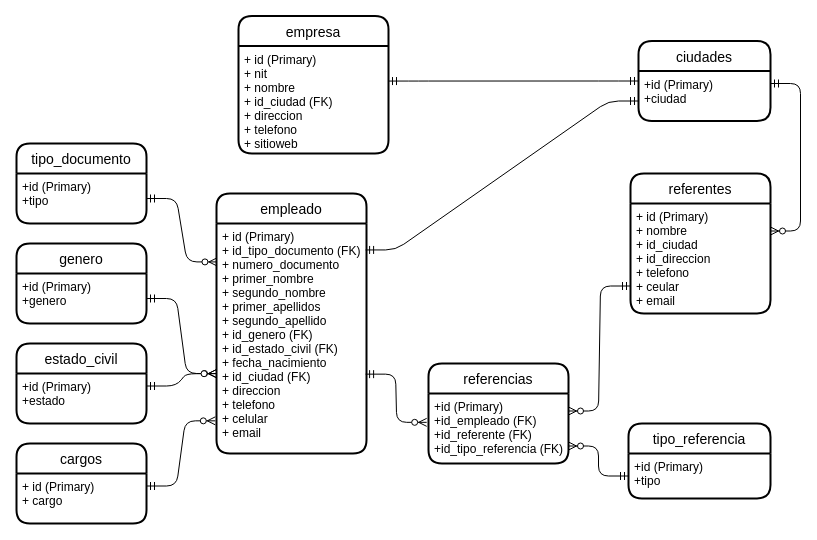
Before: Graficos/DiseñoRelacional.drawio in shaten10/hdv, a draw.io diagram. Source tidied: cells renumbered, new cells numbered last; positions are measured from the earlier drawing's top-left corner, leaving out a move shared by most shapes. Both pictures are drawn from the tidied source at 100%, with x=0, y=0 at pixel (16, 15).
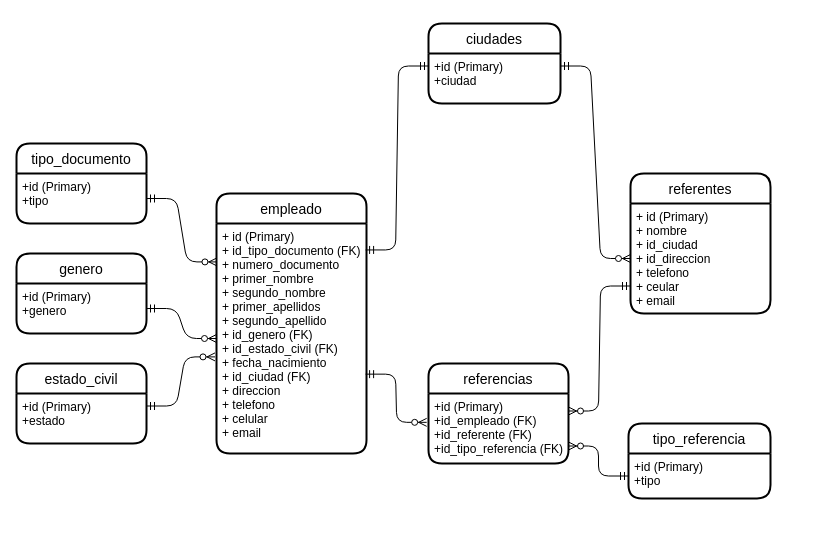
The same page after the edit.

Commit message (it also covers changes not shown here):
inicio base de datos

Unchanged cells that the change refers to:
```xml
<mxCell id="3" value="+ id (Primary)&#10;+ id_tipo_documento (FK)&#10;+ numero_documento&#10;+ primer_nombre&#10;+ segundo_nombre&#10;+ primer_apellidos&#10;+ segundo_apellido&#10;+ id_genero (FK)&#10;+ id_estado_civil (FK)&#10;+ fecha_nacimiento&#10;+ id_ciudad (FK)&#10;+ direccion&#10;+ telefono&#10;+ celular&#10;+ email&#10;" style="align=left;strokeColor=none;fillColor=none;spacingLeft=4;fontSize=12;verticalAlign=top;" parent="2" vertex="1">
  <mxGeometry y="30" width="150" height="230" as="geometry" />
</mxCell>
<mxCell id="5" value="+ id (Primary)&#10;+ nombre&#10;+ id_ciudad&#10;+ id_direccion&#10;+ telefono&#10;+ ceular&#10;+ email" style="align=left;strokeColor=none;fillColor=none;spacingLeft=4;fontSize=12;verticalAlign=top;" parent="4" vertex="1">
  <mxGeometry y="30" width="140" height="110" as="geometry" />
</mxCell>
<mxCell id="14" value="+id (Primary)&#10;+ciudad" style="align=left;strokeColor=none;fillColor=none;spacingLeft=4;fontSize=12;verticalAlign=top;" parent="13" vertex="1">
  <mxGeometry y="30" width="132" height="50" as="geometry" />
</mxCell>
<mxCell id="16" value="+id (Primary)&#10;+estado" style="align=left;strokeColor=none;fillColor=none;spacingLeft=4;fontSize=12;verticalAlign=top;" parent="15" vertex="1">
  <mxGeometry y="30" width="130" height="50" as="geometry" />
</mxCell>
<mxCell id="18" value="+id (Primary)&#10;+genero" style="align=left;strokeColor=none;fillColor=none;spacingLeft=4;fontSize=12;verticalAlign=top;" parent="17" vertex="1">
  <mxGeometry y="30" width="130" height="50" as="geometry" />
</mxCell>
```

Change to the diagram source:
```diff
@@
     <mxCell id="13" value="ciudades" style="swimlane;horizontal=1;startSize=30;rounded=1;fontSize=14;fontStyle=0;strokeWidth=2;shadow=0;dashed=0;align=center;" parent="1" vertex="1">
-      <mxGeometry x="622" y="25.5" width="132" height="80" as="geometry" />
+      <mxGeometry x="412" y="8" width="132" height="80" as="geometry" />
     </mxCell>
@@
     <mxCell id="15" value="estado_civil" style="swimlane;horizontal=1;startSize=30;rounded=1;fontSize=14;fontStyle=0;strokeWidth=2;shadow=0;dashed=0;align=center;" parent="1" vertex="1">
-      <mxGeometry y="328" width="130" height="80" as="geometry" />
+      <mxGeometry y="348" width="130" height="80" as="geometry" />
     </mxCell>
@@
     <mxCell id="17" value="genero" style="swimlane;horizontal=1;startSize=30;rounded=1;fontSize=14;fontStyle=0;strokeWidth=2;shadow=0;dashed=0;align=center;" parent="1" vertex="1">
-      <mxGeometry y="228" width="130" height="80" as="geometry" />
+      <mxGeometry y="238" width="130" height="80" as="geometry" />
     </mxCell>
@@
-    <mxCell id="19" value="empresa" style="swimlane;horizontal=1;startSize=30;rounded=1;fontSize=14;fontStyle=0;strokeWidth=2;shadow=0;dashed=0;align=center;" parent="1" vertex="1">
-      <mxGeometry x="222" y="0.5" width="150" height="137.5" as="geometry" />
-    </mxCell>
-    <mxCell id="20" value="+ id (Primary)&#10;+ nit&#10;+ nombre&#10;+ id_ciudad (FK)&#10;+ direccion&#10;+ telefono&#10;+ sitioweb " style="align=left;strokeColor=none;fillColor=none;spacingLeft=4;fontSize=12;verticalAlign=top;" parent="19" vertex="1">
-      <mxGeometry y="30" width="150" height="107.5" as="geometry" />
-    </mxCell>
@@
-    <mxCell id="22" style="edgeStyle=entityRelationEdgeStyle;fontSize=12;html=1;endArrow=ERmandOne;startArrow=ERmandOne;exitX=0.994;exitY=0.115;exitDx=0;exitDy=0;exitPerimeter=0;entryX=0;entryY=0.75;entryDx=0;entryDy=0;" parent="1" edge="1" source="3" target="13">
+    <mxCell id="22" style="edgeStyle=entityRelationEdgeStyle;fontSize=12;html=1;endArrow=ERmandOne;startArrow=ERmandOne;exitX=0.994;exitY=0.115;exitDx=0;exitDy=0;exitPerimeter=0;entryX=0;entryY=0.25;entryDx=0;entryDy=0;" parent="1" edge="1" source="3" target="14">
       <mxGeometry relative="1" as="geometry" />
     </mxCell>
@@
-    <mxCell id="24" style="edgeStyle=entityRelationEdgeStyle;fontSize=12;html=1;endArrow=ERzeroToMany;startArrow=ERmandOne;exitX=1;exitY=0.5;exitDx=0;exitDy=0;" parent="1" edge="1" source="18">
-      <mxGeometry relative="1" as="geometry">
-        <mxPoint x="200" y="358" as="targetPoint" />
-      </mxGeometry>
+    <mxCell id="24" style="edgeStyle=entityRelationEdgeStyle;fontSize=12;html=1;endArrow=ERzeroToMany;startArrow=ERmandOne;exitX=1;exitY=0.5;exitDx=0;exitDy=0;entryX=0;entryY=0.5;entryDx=0;entryDy=0;" parent="1" edge="1" source="18" target="3">
+      <mxGeometry relative="1" as="geometry" />
     </mxCell>
-    <mxCell id="25" style="edgeStyle=entityRelationEdgeStyle;fontSize=12;html=1;endArrow=ERzeroToMany;startArrow=ERmandOne;exitX=1;exitY=0.25;exitDx=0;exitDy=0;entryX=-0.003;entryY=0.653;entryDx=0;entryDy=0;entryPerimeter=0;" parent="1" edge="1" source="16" target="3">
+    <mxCell id="25" style="edgeStyle=entityRelationEdgeStyle;fontSize=12;html=1;endArrow=ERzeroToMany;startArrow=ERmandOne;exitX=1;exitY=0.25;exitDx=0;exitDy=0;entryX=-0.01;entryY=0.58;entryDx=0;entryDy=0;entryPerimeter=0;" parent="1" edge="1" source="16" target="3">
       <mxGeometry relative="1" as="geometry" />
     </mxCell>
@@
-    <mxCell id="28" style="edgeStyle=entityRelationEdgeStyle;fontSize=12;html=1;endArrow=ERmandOne;startArrow=ERmandOne;exitX=1;exitY=0.326;exitDx=0;exitDy=0;exitPerimeter=0;" parent="1" edge="1" source="20" target="13">
-      <mxGeometry relative="1" as="geometry" />
-    </mxCell>
-    <mxCell id="29" style="edgeStyle=entityRelationEdgeStyle;fontSize=12;html=1;endArrow=ERzeroToMany;startArrow=ERmandOne;entryX=1;entryY=0.25;entryDx=0;entryDy=0;exitX=1;exitY=0.25;exitDx=0;exitDy=0;" parent="1" edge="1" source="14" target="5">
+    <mxCell id="29" style="edgeStyle=entityRelationEdgeStyle;fontSize=12;html=1;endArrow=ERzeroToMany;startArrow=ERmandOne;entryX=0;entryY=0.5;entryDx=0;entryDy=0;exitX=1;exitY=0.25;exitDx=0;exitDy=0;" parent="1" edge="1" source="14" target="5">
       <mxGeometry relative="1" as="geometry" />
     </mxCell>
-    <mxCell id="30" value="cargos" style="swimlane;horizontal=1;startSize=30;rounded=1;fontSize=14;fontStyle=0;strokeWidth=2;shadow=0;dashed=0;align=center;" parent="1" vertex="1">
-      <mxGeometry y="428" width="130" height="80" as="geometry" />
-    </mxCell>
-    <mxCell id="31" value="+ id (Primary)&#10;+ cargo" style="align=left;strokeColor=none;fillColor=none;spacingLeft=4;fontSize=12;verticalAlign=top;" parent="30" vertex="1">
-      <mxGeometry y="30" width="130" height="50" as="geometry" />
-    </mxCell>
-    <mxCell id="32" style="edgeStyle=entityRelationEdgeStyle;fontSize=12;html=1;endArrow=ERzeroToMany;startArrow=ERmandOne;exitX=1;exitY=0.25;exitDx=0;exitDy=0;entryX=-0.008;entryY=0.858;entryDx=0;entryDy=0;entryPerimeter=0;" parent="1" edge="1" source="31" target="3">
-      <mxGeometry relative="1" as="geometry" />
-    </mxCell>
```
